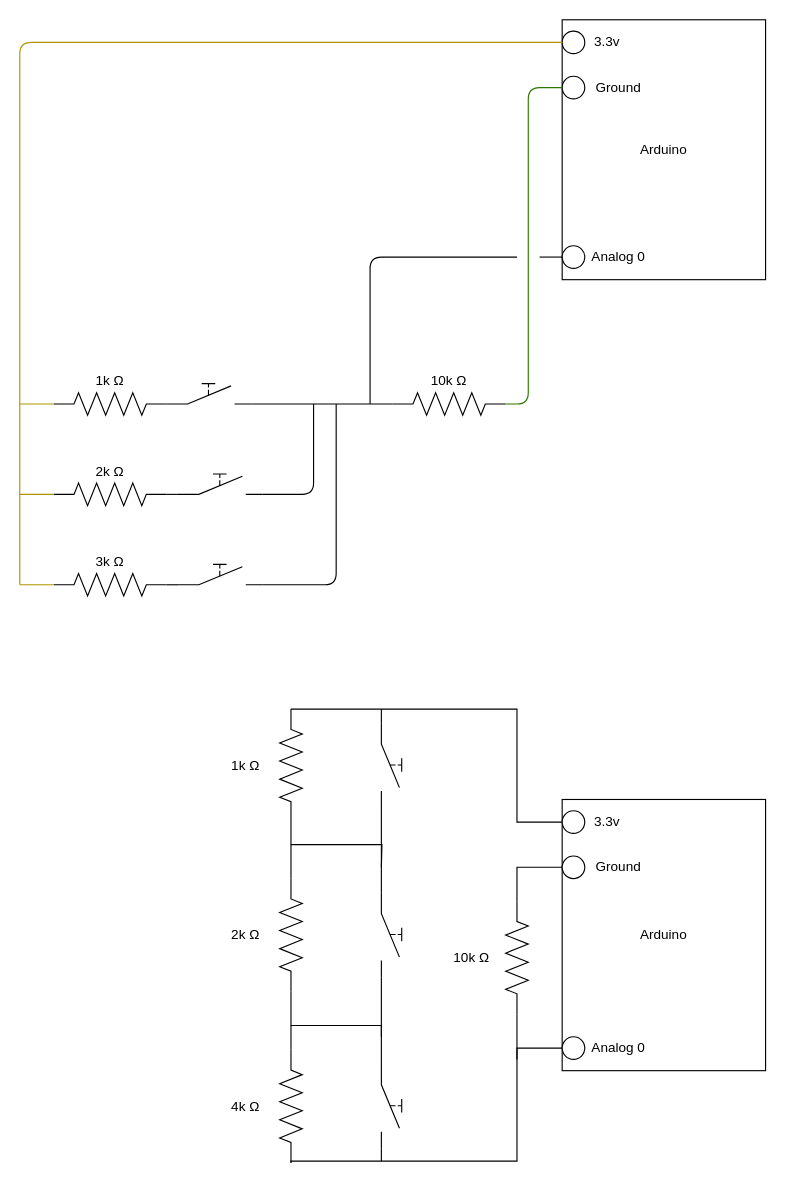
Above: Prototype/Wiring Diagram.drawio in Matt-Anders-Gib/Battleships (draw.io), before the change. Source tidied: cells renumbered, new cells numbered last; positions are measured from the earlier drawing's top-left corner, leaving out a move shared by most shapes. Both pictures are drawn from the tidied source at 113%, with x=0, y=0 at pixel (19, 19).
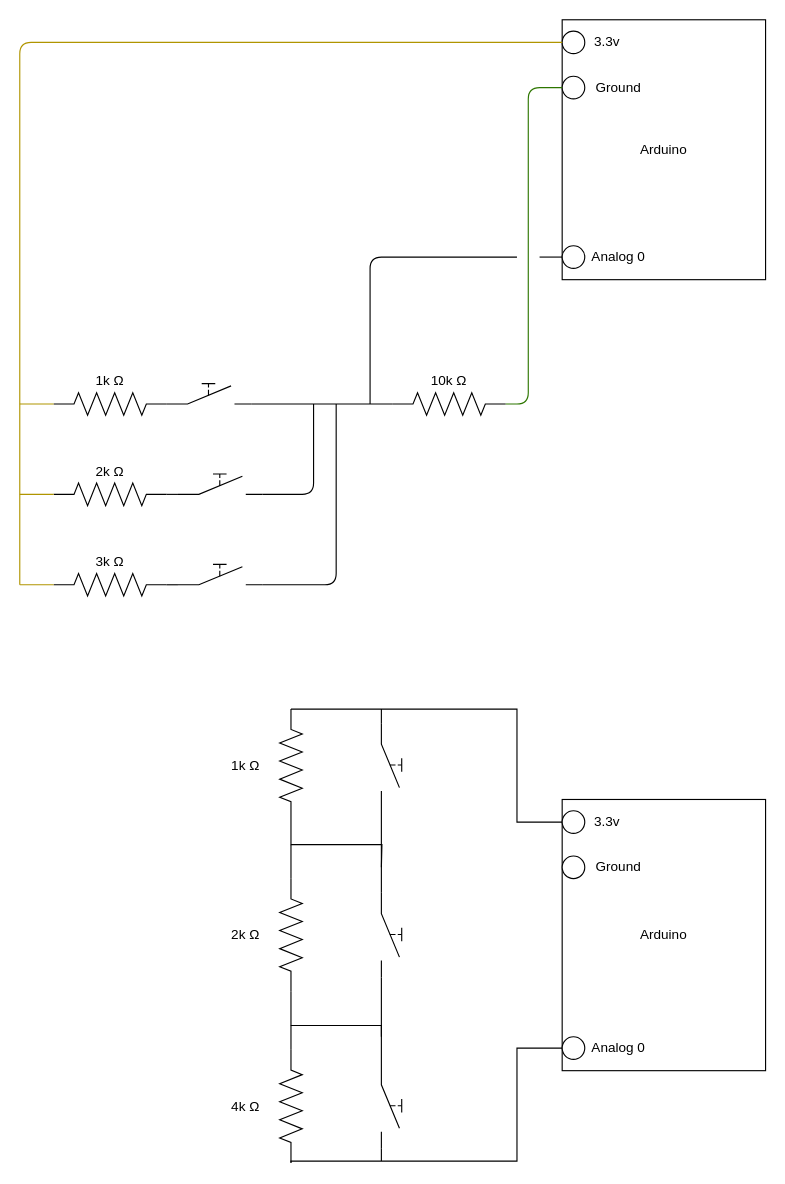
The same page after the edit.

Commit message:
Updated the wiring diagram

I don't believe that the pin needs to be pulled down to ground anymore.

Unchanged cells that the change refers to:
```xml
<mxCell id="34" value="Arduino" style="rounded=0;whiteSpace=wrap;html=1;" parent="1" vertex="1">
  <mxGeometry x="480" y="690" width="180" height="240" as="geometry" />
</mxCell>
```

Diff of the diagram source:
```diff
@@
-    <mxCell id="33" style="edgeStyle=orthogonalEdgeStyle;rounded=0;jettySize=auto;html=1;exitX=0;exitY=0.25;exitDx=0;exitDy=0;entryX=0;entryY=0.5;entryDx=0;entryDy=0;entryPerimeter=0;endArrow=none;endFill=0;" parent="1" edge="1" source="34" target="51">
-      <mxGeometry relative="1" as="geometry" />
-    </mxCell>
@@
-    <mxCell id="50" style="edgeStyle=orthogonalEdgeStyle;rounded=0;jettySize=auto;html=1;exitX=1;exitY=0.5;exitDx=0;exitDy=0;exitPerimeter=0;endArrow=none;endFill=0;" parent="1" edge="1" source="51">
-      <mxGeometry relative="1" as="geometry">
-        <mxPoint x="440" y="920" as="targetPoint" />
-      </mxGeometry>
-    </mxCell>
-    <mxCell id="51" style="verticalLabelPosition=bottom;shadow=0;dashed=0;align=center;html=1;verticalAlign=top;shape=mxgraph.electrical.resistors.resistor_2;direction=south;" parent="1" vertex="1">
-      <mxGeometry x="430" y="780" width="20" height="100" as="geometry" />
-    </mxCell>
@@
-    <mxCell id="59" value="10k Ω" style="text;html=1;strokeColor=none;fillColor=none;align=center;verticalAlign=middle;whiteSpace=wrap;rounded=0;" parent="1" vertex="1">
-      <mxGeometry x="380" y="820" width="40" height="20" as="geometry" />
-    </mxCell>
```
